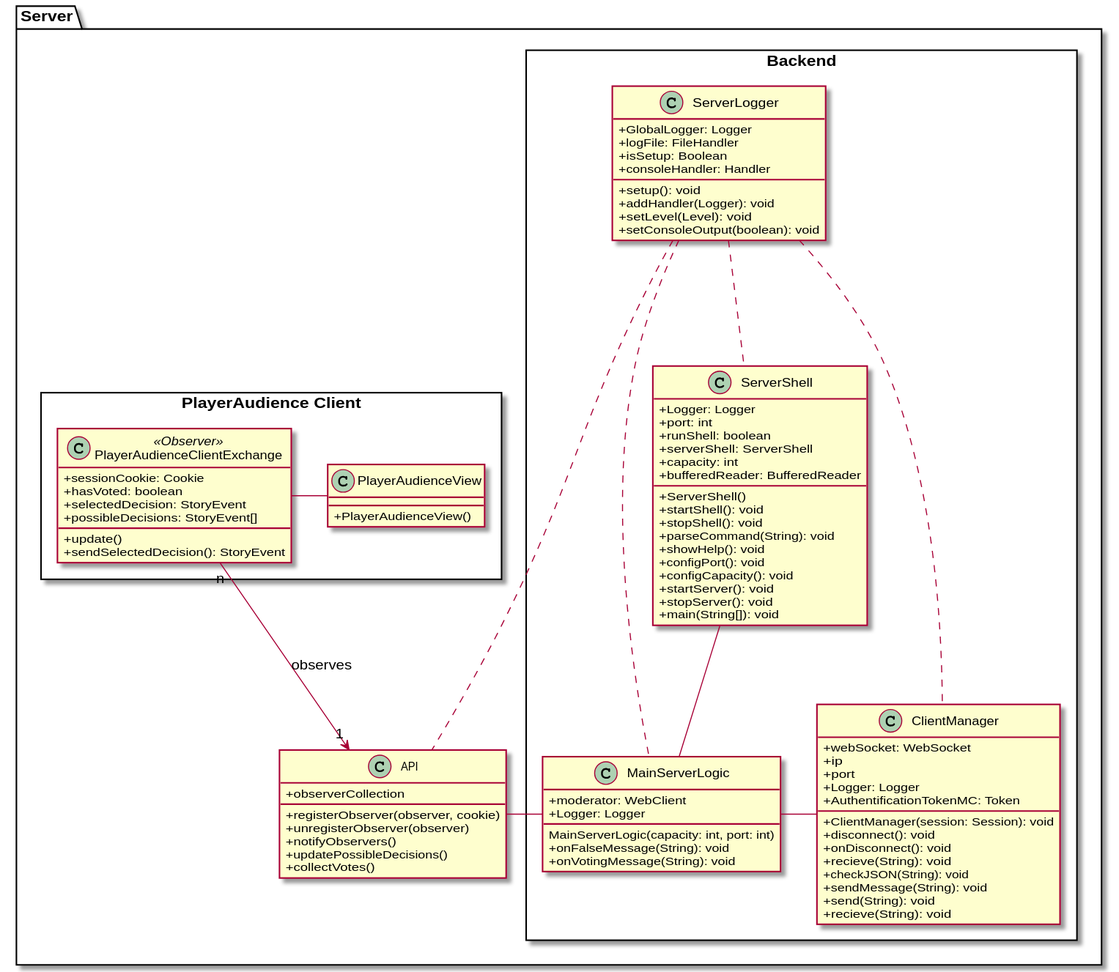
The PlantUML diagram Docs/Technical Specifications/docs/diagrams/ClassDiagrams/ServerClassDiagram.svg in Brotenko/QualityQuest, before a commit.
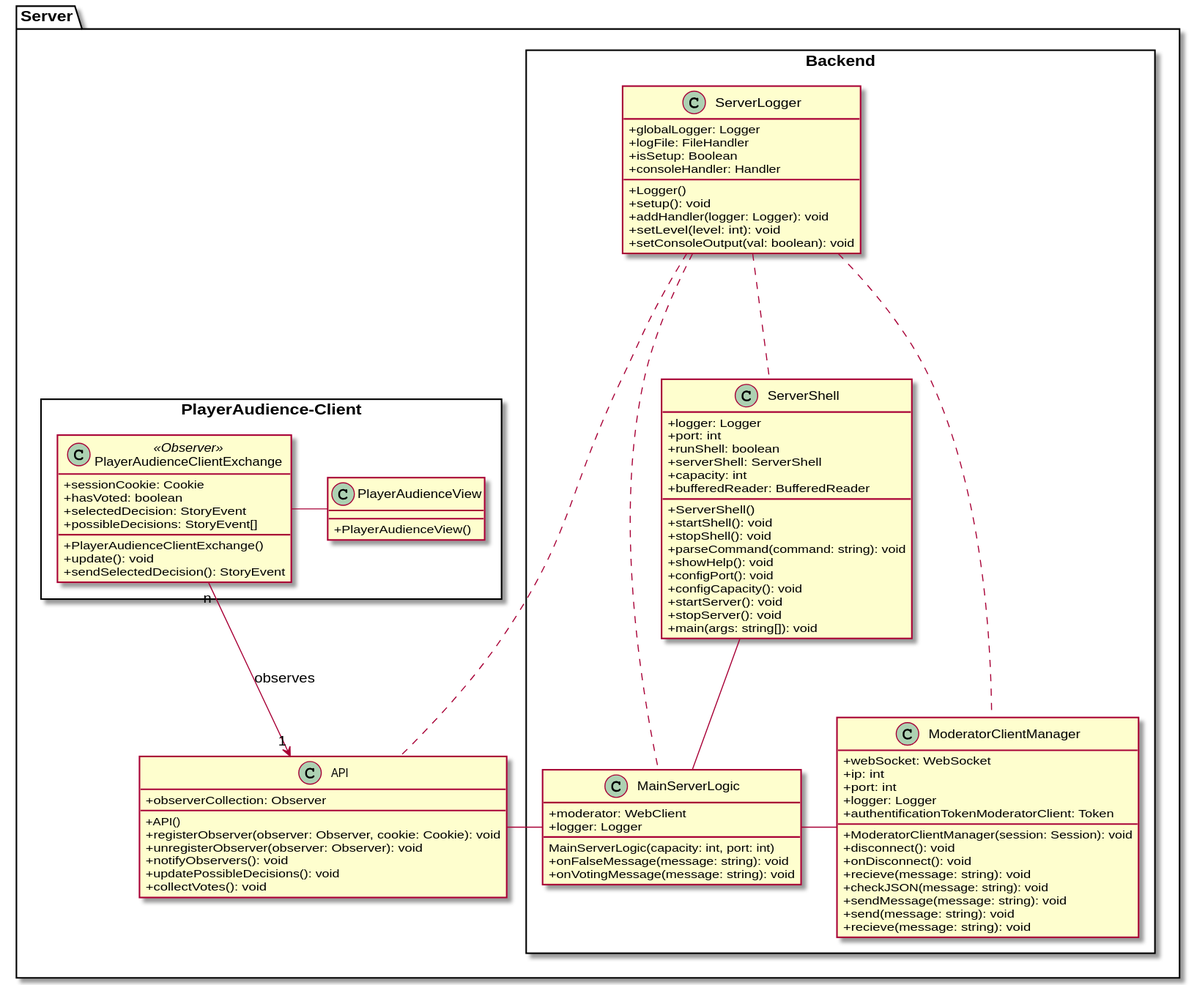
The same diagram one commit later.

Commit message:
moved audiencclientclass diagram to misc/outdated, added missing serverclass.svg

Diff of the diagram source:
```diff
@@ -3,16 +3,18 @@
 
 package "Server" {
    class "API" as api {
-        {field} +observerCollection
-        {method} +registerObserver(observer, cookie)
-        {method} +unregisterObserver(observer)
-        {method} +notifyObservers()
-        {method} +updatePossibleDecisions()
-        {method} +collectVotes()
+        {field} +observerCollection: Observer
+        {method} +API()
+        {method} +registerObserver(observer: Observer, cookie: Cookie): void
+        {method} +unregisterObserver(observer: Observer): void
+        {method} +notifyObservers(): void
+        {method} +updatePossibleDecisions(): void
+        {method} +collectVotes(): void
   }
+
   package "Backend" <<Rectangle>>{
     class "ServerShell" as ss {
-      {field} +Logger: Logger
+      {field} +logger: Logger
       {field} +port: int
       {field} +runShell: boolean
       {field} +serverShell: ServerShell
@@ -21,58 +23,60 @@
       {method} +ServerShell()
       {method} +startShell(): void
       {method} +stopShell(): void
-      {method} +parseCommand(String): void
+      {method} +parseCommand(command: string): void
       {method} +showHelp(): void
       {method} +configPort(): void
       {method} +configCapacity(): void
       {method} +startServer(): void
       {method} +stopServer(): void
-      {method} +main(String[]): void
+      {method} +main(args: string[]): void
     }
 
-    class "ClientManager" as cm {
+    class "ModeratorClientManager" as cm {
       {field} +webSocket: WebSocket
-      {field} +ip
-      {field} +port
-      {field} +Logger: Logger
-      {field} +AuthentificationTokenMC: Token
-      {method} +ClientManager(session: Session): void
+      {field} +ip: int
+      {field} +port: int
+      {field} +logger: Logger
+      {field} +authentificationTokenModeratorClient: Token
+      {method} +ModeratorClientManager(session: Session): void
       {method} +disconnect(): void
       {method} +onDisconnect(): void
-      {method} +recieve(String): void
-      {method} +checkJSON(String): void
-      {method} +sendMessage(String): void
-      {method} +send(String): void
-      {method} +recieve(String): void
+      {method} +recieve(message: string): void
+      {method} +checkJSON(message: string): void
+      {method} +sendMessage(message: string): void
+      {method} +send(message: string): void
+      {method} +recieve(message: string): void
     }
 
     class "MainServerLogic" as msl {
       {field} +moderator: WebClient
-      {field} +Logger: Logger
+      {field} +logger: Logger
       {method} MainServerLogic(capacity: int, port: int)
-      {method} +onFalseMessage(String): void
-      {method} +onVotingMessage(String): void
+      {method} +onFalseMessage(message: string): void
+      {method} +onVotingMessage(message: string): void
 
     }
 
     class "ServerLogger" as sl {
-      {field} +GlobalLogger: Logger
+      {field} +globalLogger: Logger
       {field} +logFile: FileHandler
       {field} +isSetup: Boolean
       {field} +consoleHandler: Handler
+      {method} +Logger()
       {method} +setup(): void
-      {method} +addHandler(Logger): void
-      {method} +setLevel(Level): void
-      {method} +setConsoleOutput(boolean): void
+      {method} +addHandler(logger: Logger): void
+      {method} +setLevel(level: int): void
+      {method} +setConsoleOutput(val: boolean): void
     }
   }
-  package "PlayerAudience Client" <<Rectangle>>{
+  package "PlayerAudience-Client" <<Rectangle>>{
     class "PlayerAudienceClientExchange" as pace <<Observer>>{
       {field} +sessionCookie: Cookie
       {field} +hasVoted: boolean
       {field} +selectedDecision: StoryEvent
       {field} +possibleDecisions: StoryEvent[]
-      {method} +update()
+      {method} +PlayerAudienceClientExchange()
+      {method} +update(): void
       {method} +sendSelectedDecision(): StoryEvent
     }
 
@@ -80,17 +84,14 @@
       {method} +PlayerAudienceView()
     }
   }
+  ss -- msl
+  msl - cm
+  msl -left- api
+  sl ... cm
+  sl ... msl
+  sl ... api
+  sl ... ss
+  pace - pav
+  api "1" <-up- "n" pace : observes
 }
-
-
-
-ss -- msl
-msl - cm
-msl -right- api
-sl ... cm
-sl ... msl
-sl ... api
-sl ... ss
-pace - pav
-api "1" <-up- "n" pace : observes
 @enduml
```
